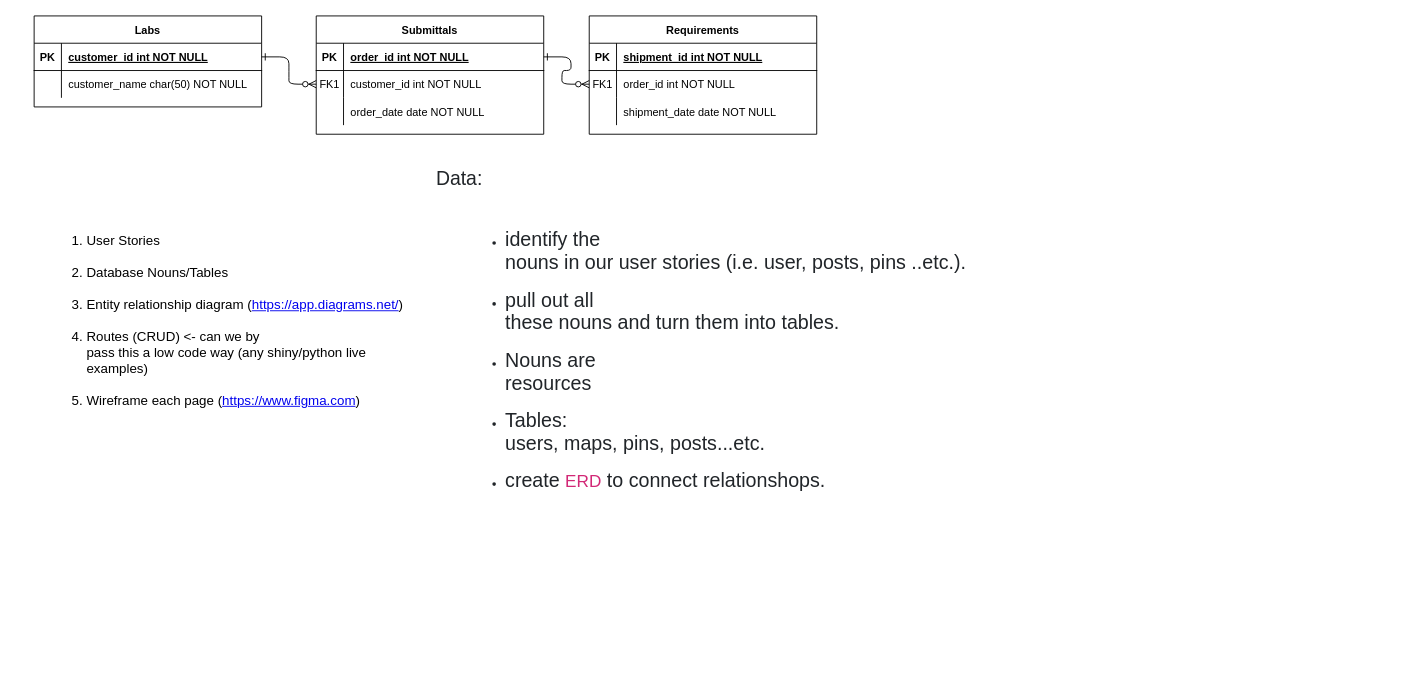
This is Untitled Diagram.drawio from jjyh/check, a draw.io file, before an edit. Source tidied: cells renumbered, new cells numbered last; positions are measured from the earlier drawing's top-left corner, leaving out a move shared by most shapes. Both pictures are drawn from the tidied source at 91%, with x=0, y=0 at pixel (15, 15).
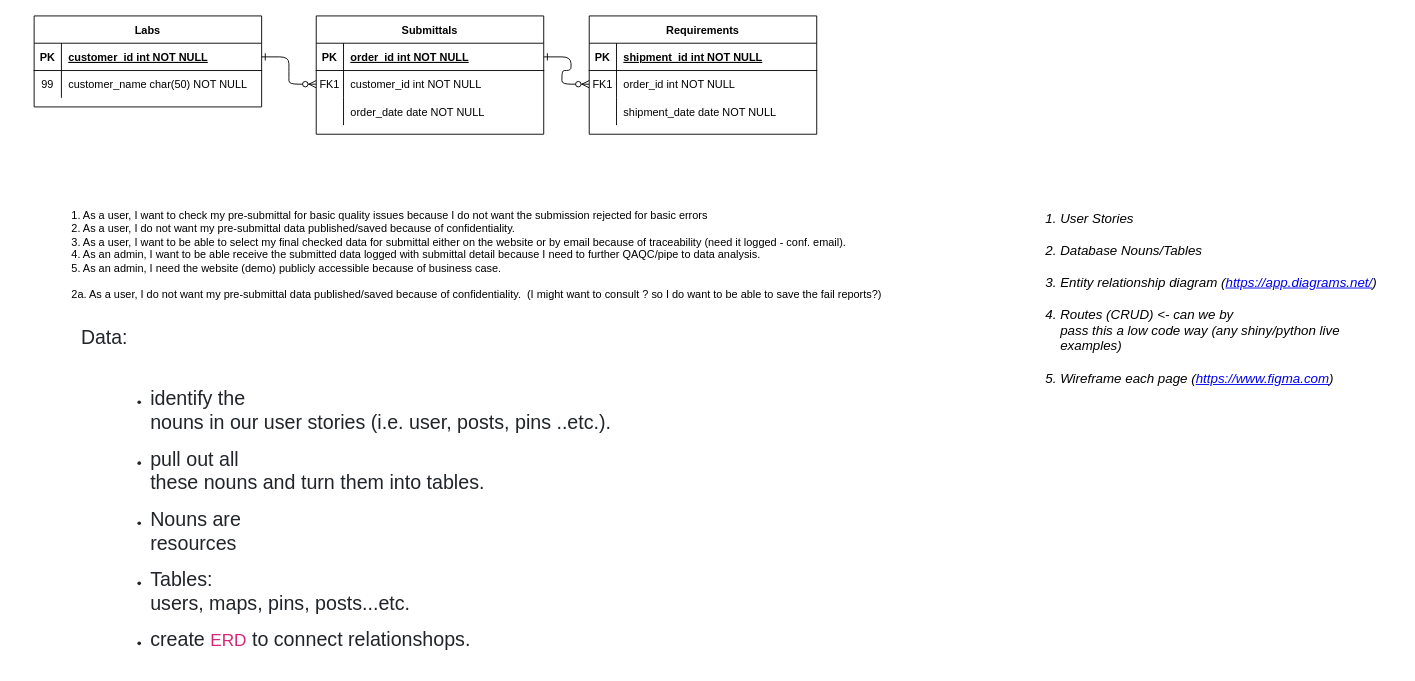
The same diagram, later.

Commit message:
user stories for features

Unchanged cells that the change refers to:
```xml
<mxCell id="28" style="shape=partialRectangle;fillColor=none;top=0;left=0;right=0;bottom=0;" parent="24" vertex="1">
  <mxGeometry y="60" width="250" height="30" as="geometry" />
</mxCell>
```

The edit, as a diff of the source:
```diff
@@
-    <mxCell id="29" style="shape=partialRectangle;overflow=hidden;fillColor=none;top=0;left=0;bottom=0;right=0;" parent="28" vertex="1">
+    <mxCell id="29" value="99" style="shape=partialRectangle;overflow=hidden;fillColor=none;top=0;left=0;bottom=0;right=0;" parent="28" vertex="1">
       <mxGeometry width="30" height="30" as="geometry" />
     </mxCell>
@@
-    <mxCell id="31" value="&lt;ol type=&quot;1&quot; style=&quot;margin-left:.375in;direction:ltr;unicode-bidi:embed;&#10; margin-top:0in;margin-bottom:0in;font-family:Calibri;font-size:11.0pt;&#10; font-weight:normal;font-style:normal&quot;&gt;&#10; &lt;li value=&quot;1&quot; style=&quot;margin-top:0;margin-bottom:0;vertical-align:middle&quot;&gt;&lt;span style=&quot;font-family:Calibri;font-size:11.0pt;font-weight:normal;font-style:&#10;     normal;font-family:Calibri;font-size:11.0pt&quot;&gt;User Stories&lt;/span&gt;&lt;/li&gt;&#10; &lt;li style=&quot;margin-top:0;margin-bottom:0;vertical-align:middle&quot;&gt;&lt;span style=&quot;font-family:Calibri;font-size:11.0pt&quot;&gt;Database Nouns/Tables&lt;/span&gt;&lt;/li&gt;&#10; &lt;li style=&quot;margin-top:0;margin-bottom:0;vertical-align:middle&quot;&gt;&lt;span style=&quot;font-family:Calibri;font-size:11.0pt&quot;&gt;Entity relationship diagram (&lt;/span&gt;&lt;a href=&quot;https://app.diagrams.net/&quot;&gt;&lt;span style=&quot;font-family:Calibri;&#10;     font-size:11.0pt&quot;&gt;https://app.diagrams.net/&lt;/span&gt;&lt;/a&gt;&lt;span style=&quot;font-family:Calibri;font-size:11.0pt&quot;&gt;)&lt;/span&gt;&lt;/li&gt;&#10; &lt;li style=&quot;margin-top:0;margin-bottom:0;vertical-align:middle&quot;&gt;&lt;span style=&quot;font-family:Calibri;font-size:11.0pt&quot;&gt;Routes (CRUD) &amp;lt;- can we by&#10;     pass this a low code way (any shiny/python live examples)&lt;/span&gt;&lt;/li&gt;&#10; &lt;li style=&quot;margin-top:0;margin-bottom:0;vertical-align:middle&quot;&gt;&lt;span style=&quot;font-family:Calibri;font-size:11.0pt&quot;&gt;Wireframe each page (&lt;/span&gt;&lt;a href=&quot;https://www.figma.com&quot;&gt;&lt;span style=&quot;font-family:Calibri;font-size:&#10;     11.0pt&quot;&gt;https://www.figma.com&lt;/span&gt;&lt;/a&gt;&lt;span style=&quot;font-family:Calibri;&#10;     font-size:11.0pt&quot;&gt;)&lt;/span&gt;&lt;/li&gt;&#10;&lt;/ol&gt;" style="text;whiteSpace=wrap;html=1;" parent="1" vertex="1">
-      <mxGeometry y="200" width="450" height="250" as="geometry" />
+    <mxCell id="31" value="&lt;ol type=&quot;1&quot; style=&quot;margin-left: 0.375in; direction: ltr; unicode-bidi: embed; margin-top: 0in; margin-bottom: 0in; font-family: Calibri; font-size: 11pt; font-weight: normal;&quot;&gt;&#10; &lt;li value=&quot;1&quot; style=&quot;margin-top:0;margin-bottom:0;vertical-align:middle&quot;&gt;&lt;span style=&quot;font-weight: normal; font-family: Calibri; font-size: 11pt;&quot;&gt;User Stories&lt;/span&gt;&lt;/li&gt;&#10; &lt;li style=&quot;margin-top:0;margin-bottom:0;vertical-align:middle&quot;&gt;&lt;span style=&quot;font-family:Calibri;font-size:11.0pt&quot;&gt;Database Nouns/Tables&lt;/span&gt;&lt;/li&gt;&#10; &lt;li style=&quot;margin-top:0;margin-bottom:0;vertical-align:middle&quot;&gt;&lt;span style=&quot;font-family:Calibri;font-size:11.0pt&quot;&gt;Entity relationship diagram (&lt;/span&gt;&lt;a href=&quot;https://app.diagrams.net/&quot;&gt;&lt;span style=&quot;font-family:Calibri;&#10;     font-size:11.0pt&quot;&gt;https://app.diagrams.net/&lt;/span&gt;&lt;/a&gt;&lt;span style=&quot;font-family:Calibri;font-size:11.0pt&quot;&gt;)&lt;/span&gt;&lt;/li&gt;&#10; &lt;li style=&quot;margin-top:0;margin-bottom:0;vertical-align:middle&quot;&gt;&lt;span style=&quot;font-family:Calibri;font-size:11.0pt&quot;&gt;Routes (CRUD) &amp;lt;- can we by&#10;     pass this a low code way (any shiny/python live examples)&lt;/span&gt;&lt;/li&gt;&#10; &lt;li style=&quot;margin-top:0;margin-bottom:0;vertical-align:middle&quot;&gt;&lt;span style=&quot;font-family:Calibri;font-size:11.0pt&quot;&gt;Wireframe each page (&lt;/span&gt;&lt;a href=&quot;https://www.figma.com&quot;&gt;&lt;span style=&quot;font-family:Calibri;font-size:&#10;     11.0pt&quot;&gt;https://www.figma.com&lt;/span&gt;&lt;/a&gt;&lt;span style=&quot;font-family:Calibri;&#10;     font-size:11.0pt&quot;&gt;)&lt;/span&gt;&lt;/li&gt;&#10;&lt;/ol&gt;" style="text;whiteSpace=wrap;html=1;fontStyle=2;" parent="1" vertex="1">
+      <mxGeometry x="1070" y="190" width="450" height="250" as="geometry" />
     </mxCell>
     <mxCell id="32" value="&lt;p style=&quot;margin:0in;font-family:Calibri;font-size:16.0pt;color:#212529&quot;&gt;&lt;span style=&quot;background:white&quot;&gt;Data:&lt;/span&gt;&lt;/p&gt;&lt;br&gt;&lt;br&gt;&lt;ul type=&quot;disc&quot; style=&quot;margin-left:.375in;direction:ltr;unicode-bidi:embed;&lt;br/&gt; margin-top:0in;margin-bottom:0in&quot;&gt; &lt;li style=&quot;margin-top:0;margin-bottom:0;vertical-align:middle;color:#212529&quot;&gt;&lt;span style=&quot;font-family:Calibri;font-size:16.2pt;background:white&quot;&gt;identify the&lt;br&gt;     nouns in our user stories (i.e. user, posts, pins ..etc.).&lt;/span&gt;&lt;/li&gt;&lt;br&gt; &lt;li style=&quot;margin-top:0;margin-bottom:0;vertical-align:middle;color:#212529&quot;&gt;&lt;span style=&quot;font-family:Calibri;font-size:16.2pt;background:white&quot;&gt;pull out all&lt;br&gt;     these nouns and turn them into tables.&lt;/span&gt;&lt;/li&gt;&lt;br&gt; &lt;li style=&quot;margin-top:0;margin-bottom:0;vertical-align:middle;color:#212529&quot;&gt;&lt;span style=&quot;font-family:Calibri;font-size:16.2pt;background:white&quot;&gt;Nouns are&lt;br&gt;     resources&lt;/span&gt;&lt;/li&gt;&lt;br&gt; &lt;li style=&quot;margin-top:0;margin-bottom:0;vertical-align:middle;color:#212529&quot;&gt;&lt;span style=&quot;font-family:Calibri;font-size:16.2pt;background:white&quot;&gt;Tables:&lt;br&gt;     users, maps, pins, posts...etc.&lt;/span&gt;&lt;/li&gt;&lt;br&gt; &lt;li style=&quot;margin-top:0;margin-bottom:0;vertical-align:middle;color:#212529&quot;&gt;&lt;span style=&quot;font-family:Calibri;font-size:16.2pt;color:#212529;background:white&quot;&gt;create&amp;nbsp;&lt;/span&gt;&lt;span style=&quot;font-family:Calibri;font-size:14.15pt;color:#D22876;background:&lt;br/&gt;     white&quot;&gt;ERD&lt;/span&gt;&lt;span style=&quot;font-family:Calibri;font-size:16.2pt;&lt;br/&gt;     color:#212529;background:white&quot;&gt;&amp;nbsp;to connect relationshops.&lt;/span&gt;&lt;/li&gt;&lt;br&gt;&lt;/ul&gt;" style="text;whiteSpace=wrap;html=1;" parent="1" vertex="1">
-      <mxGeometry x="460" y="160" width="800" height="180" as="geometry" />
+      <mxGeometry x="70" y="335" width="800" height="180" as="geometry" />
     </mxCell>
+    <mxCell id="33" value="&lt;div style=&quot;text-align: left;&quot;&gt;&lt;span style=&quot;background-color: initial;&quot;&gt;1. As a user, I want to check my pre-submittal for basic quality issues because I do not want the submission rejected for basic errors&lt;/span&gt;&lt;/div&gt;&lt;span style=&quot;background-color: initial;&quot;&gt;&lt;div style=&quot;text-align: left;&quot;&gt;&lt;span style=&quot;background-color: initial;&quot;&gt;2. As a user, I do not want my pre-submittal data published/saved because of confidentiality.&amp;nbsp;&amp;nbsp;&lt;/span&gt;&lt;/div&gt;&lt;/span&gt;&lt;div style=&quot;text-align: left;&quot;&gt;3. As a user, I want to be able to select my final checked data for submittal either on the website or by email because of traceability (need it logged - conf. email).&lt;/div&gt;&lt;div style=&quot;text-align: left;&quot;&gt;4. As an admin, I want to be able receive the submitted data logged with submittal detail because I need to further QAQC/pipe to data analysis.&lt;/div&gt;&lt;div style=&quot;text-align: left;&quot;&gt;5. As an admin, I need the website (demo) publicly accessible because of business case.&lt;/div&gt;&lt;div style=&quot;text-align: left;&quot;&gt;&lt;br&gt;&lt;/div&gt;2a. As a user, I do not want my pre-submittal data published/saved because of confidentiality.&amp;nbsp; (I might want to consult ? so I do want to be able to save the fail reports?)&lt;div style=&quot;text-align: left;&quot;&gt;&amp;nbsp;&lt;/div&gt;" style="text;html=1;align=center;verticalAlign=middle;strokeColor=none;fillColor=none;" parent="1" vertex="1">
+      <mxGeometry x="51" y="205" width="910" height="130" as="geometry" />
+    </mxCell>
```
